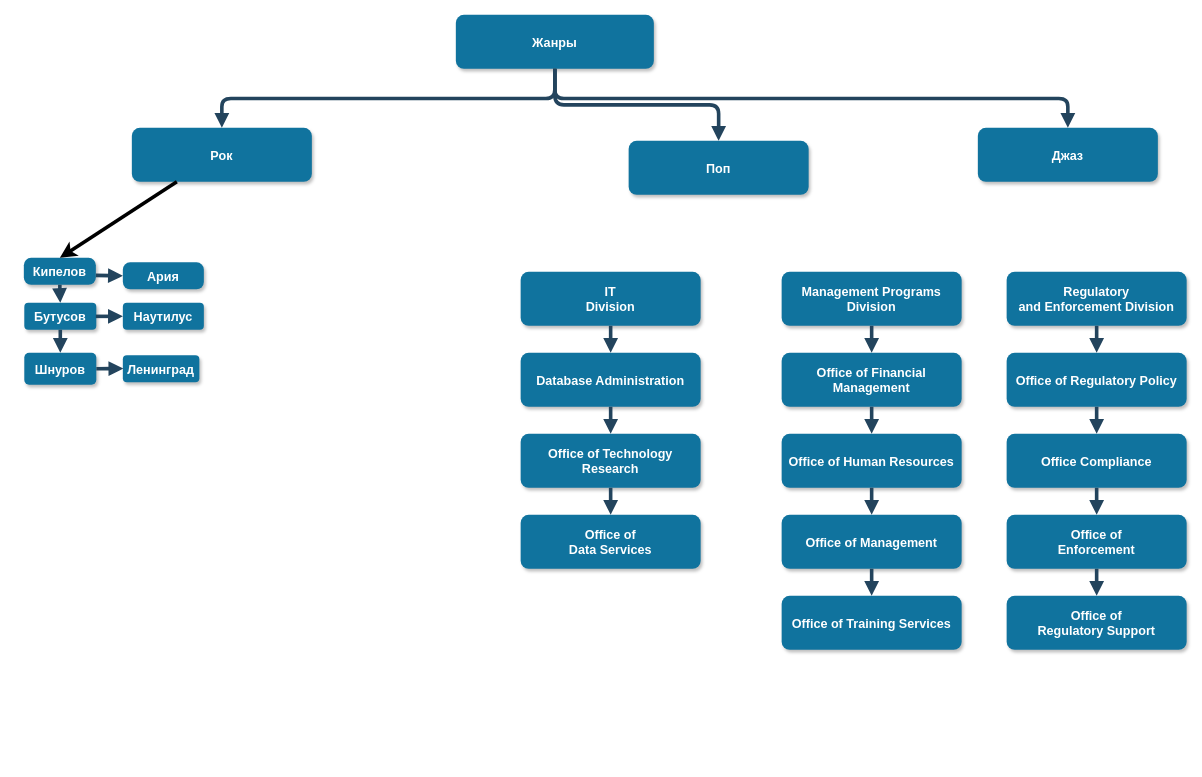
This is Диаграмма без названия.drawio from ru-store/runa, a draw.io file, before an edit. Source tidied: cells renumbered, new cells numbered last; positions are measured from the earlier drawing's top-left corner, leaving out a move shared by most shapes. Both pictures are drawn from the tidied source at 90%, with x=0, y=0 at pixel (23, 14).
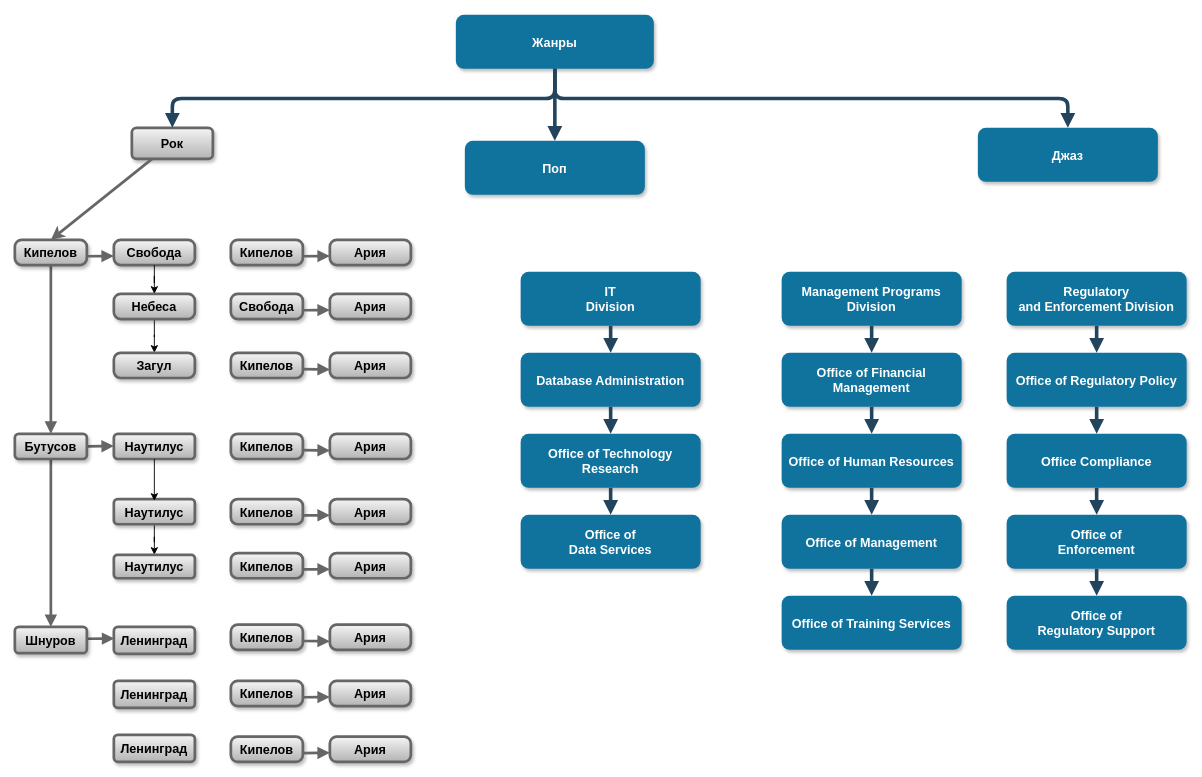
The same page after the edit.

Diff of the diagram source:
```diff
@@
+    <mxCell id="3" value="Рок" style="rounded=1;fillColor=#f5f5f5;strokeColor=#666666;shadow=1;fontStyle=1;fontSize=14;gradientColor=#b3b3b3;strokeWidth=3;fixDash=0;enumerate=0;comic=0;fontFamily=Helvetica;flipH=0;" parent="1" vertex="1">
+      <mxGeometry x="120" y="125.5" width="90" height="34.5" as="geometry" />
+    </mxCell>
+    <mxCell id="39" style="endArrow=classic;html=1;rounded=0;exitX=0.25;exitY=1;exitDx=0;exitDy=0;entryX=0.5;entryY=0;entryDx=0;entryDy=0;strokeWidth=3;fillColor=#f5f5f5;strokeColor=#666666;gradientColor=#b3b3b3;fixDash=0;enumerate=0;comic=0;fontFamily=Helvetica;" parent="1" edge="1" source="3" target="6">
+      <mxGeometry relative="1" as="geometry" />
+    </mxCell>
@@
-    <mxCell id="3" value="Рок" style="rounded=1;fillColor=#10739E;strokeColor=none;shadow=1;gradientColor=none;fontStyle=1;fontColor=#FFFFFF;fontSize=14;" parent="1" vertex="1">
-      <mxGeometry x="120" y="125.5" width="200" height="60" as="geometry" />
-    </mxCell>
     <mxCell id="4" value="Поп" style="rounded=1;fillColor=#10739E;strokeColor=none;shadow=1;gradientColor=none;fontStyle=1;fontColor=#FFFFFF;fontSize=14;" parent="1" vertex="1">
-      <mxGeometry x="672" y="140" width="200" height="60" as="geometry" />
+      <mxGeometry x="490" y="140" width="200" height="60" as="geometry" />
     </mxCell>
@@
-    <mxCell id="6" value="Кипелов" style="rounded=1;fillColor=#10739E;strokeColor=none;shadow=1;gradientColor=none;fontStyle=1;fontColor=#FFFFFF;fontSize=14;arcSize=27;" parent="1" vertex="1">
-      <mxGeometry y="270" width="80" height="30" as="geometry" />
-    </mxCell>
-    <mxCell id="7" value="Бутусов" style="rounded=1;fillColor=#10739E;strokeColor=none;shadow=1;gradientColor=none;fontStyle=1;fontColor=#FFFFFF;fontSize=14;" parent="1" vertex="1">
-      <mxGeometry x="0.5" y="320" width="80" height="30" as="geometry" />
-    </mxCell>
-    <mxCell id="8" value="Шнуров" style="rounded=1;fillColor=#10739E;strokeColor=none;shadow=1;gradientColor=none;fontStyle=1;fontColor=#FFFFFF;fontSize=14;" parent="1" vertex="1">
-      <mxGeometry x="0.5" y="375.5" width="80" height="35.5" as="geometry" />
-    </mxCell>
@@
-    <mxCell id="26" style="edgeStyle=elbowEdgeStyle;elbow=vertical;strokeWidth=4;endArrow=block;endFill=1;fontStyle=1;strokeColor=#23445D;exitX=1;exitY=0.5;exitDx=0;exitDy=0;" parent="1" edge="1">
-      <mxGeometry x="62" y="165.5" as="geometry">
-        <mxPoint x="80" y="289.5" as="sourcePoint" />
-        <mxPoint x="110" y="290" as="targetPoint" />
-      </mxGeometry>
-    </mxCell>
-    <mxCell id="27" style="edgeStyle=elbowEdgeStyle;elbow=vertical;strokeWidth=4;endArrow=block;endFill=1;fontStyle=1;strokeColor=#23445D;" parent="1" edge="1" source="7" target="8">
-      <mxGeometry x="62" y="175.5" as="geometry" />
-    </mxCell>
@@
-    <mxCell id="39" style="endArrow=classic;html=1;rounded=0;exitX=0.25;exitY=1;exitDx=0;exitDy=0;entryX=0.5;entryY=0;entryDx=0;entryDy=0;strokeWidth=4;" parent="1" edge="1" source="3" target="6">
-      <mxGeometry relative="1" as="geometry" />
-    </mxCell>
+    <mxCell id="27" style="edgeStyle=elbowEdgeStyle;elbow=vertical;strokeWidth=3;endArrow=block;endFill=1;fontStyle=1;strokeColor=#666666;fillColor=#f5f5f5;gradientColor=#b3b3b3;fixDash=0;enumerate=0;comic=0;fontFamily=Helvetica;" parent="1" edge="1" source="7" target="8">
+      <mxGeometry x="52" y="1283.8" as="geometry" />
+    </mxCell>
+    <mxCell id="43" style="edgeStyle=elbowEdgeStyle;elbow=vertical;strokeWidth=3;endArrow=block;endFill=1;fontStyle=1;strokeColor=#666666;fillColor=#f5f5f5;gradientColor=#b3b3b3;fixDash=0;enumerate=0;comic=0;fontFamily=Helvetica;" parent="1" edge="1" source="6" target="7">
+      <mxGeometry x="52" y="1274.5" as="geometry" />
+    </mxCell>
+    <mxCell id="46" style="group;" parent="1" vertex="1">
+      <mxGeometry x="-10" y="680" width="200" height="30" as="geometry" />
+    </mxCell>
+    <mxCell id="45" style="edgeStyle=elbowEdgeStyle;elbow=vertical;strokeWidth=3;endArrow=block;endFill=1;fontStyle=1;strokeColor=#666666;entryX=0;entryY=0.5;entryDx=0;entryDy=0;exitX=1;exitY=0.5;exitDx=0;exitDy=0;fillColor=#f5f5f5;gradientColor=#b3b3b3;fixDash=0;enumerate=0;comic=0;fontFamily=Helvetica;" parent="46" edge="1">
+      <mxGeometry x="62" y="765.5" as="geometry">
+        <mxPoint x="80.5" y="13.2" as="sourcePoint" />
+        <mxPoint x="110.5" y="12.7" as="targetPoint" />
+      </mxGeometry>
+    </mxCell>
+    <mxCell id="8" value="Шнуров" style="rounded=1;fillColor=#f5f5f5;strokeColor=#666666;shadow=1;fontStyle=1;fontSize=14;gradientColor=#b3b3b3;strokeWidth=3;fixDash=0;enumerate=0;comic=0;fontFamily=Helvetica;flipH=0;" parent="46" vertex="1">
+      <mxGeometry width="80" height="29.3" as="geometry" />
+    </mxCell>
+    <mxCell id="42" value="Ленинград" style="rounded=1;fillColor=#f5f5f5;strokeColor=#666666;shadow=1;fontStyle=1;fontSize=14;gradientColor=#b3b3b3;strokeWidth=3;fixDash=0;enumerate=0;comic=0;fontFamily=Helvetica;flipH=0;" parent="46" vertex="1">
+      <mxGeometry x="110" width="90" height="30" as="geometry" />
+    </mxCell>
+    <mxCell id="47" style="group;" parent="1" vertex="1">
+      <mxGeometry x="-10" y="250" width="200" height="28" as="geometry" />
+    </mxCell>
+    <mxCell id="6" value="Кипелов" style="rounded=1;fillColor=#f5f5f5;strokeColor=#666666;shadow=1;fontStyle=1;fontSize=14;arcSize=27;gradientColor=#b3b3b3;strokeWidth=3;fixDash=0;enumerate=0;comic=0;fontFamily=Helvetica;flipH=0;" parent="47" vertex="1">
+      <mxGeometry width="80" height="28" as="geometry" />
+    </mxCell>
+    <mxCell id="26" style="edgeStyle=elbowEdgeStyle;elbow=vertical;strokeWidth=3;endArrow=block;endFill=1;fontStyle=1;strokeColor=#666666;exitX=1;exitY=0.5;exitDx=0;exitDy=0;fillColor=#f5f5f5;gradientColor=#b3b3b3;fixDash=0;enumerate=0;comic=0;fontFamily=Helvetica;" parent="47" edge="1">
+      <mxGeometry x="52" y="1274.5" as="geometry">
+        <mxPoint x="80" y="18.2" as="sourcePoint" />
+        <mxPoint x="110" y="18.7" as="targetPoint" />
+      </mxGeometry>
+    </mxCell>
-    <mxCell id="40" value="Ария" style="rounded=1;fillColor=#10739E;strokeColor=none;shadow=1;gradientColor=none;fontStyle=1;fontColor=#FFFFFF;fontSize=14;arcSize=27;" parent="1" vertex="1">
-      <mxGeometry x="110" y="275" width="90" height="30" as="geometry" />
+    <mxCell id="40" value="Свобода" style="rounded=1;fillColor=#f5f5f5;strokeColor=#666666;shadow=1;fontStyle=1;fontSize=14;arcSize=27;gradientColor=#b3b3b3;strokeWidth=3;fixDash=0;enumerate=0;comic=0;fontFamily=Helvetica;flipH=0;" parent="47" vertex="1">
+      <mxGeometry x="110" width="90" height="28" as="geometry" />
     </mxCell>
+    <mxCell id="48" style="group;" parent="1" vertex="1">
+      <mxGeometry x="-10" y="465.5" width="200" height="28" as="geometry" />
+    </mxCell>
+    <mxCell id="44" style="edgeStyle=elbowEdgeStyle;elbow=vertical;strokeWidth=3;endArrow=block;endFill=1;fontStyle=1;strokeColor=#666666;entryX=0;entryY=0.5;entryDx=0;entryDy=0;exitX=1;exitY=0.5;exitDx=0;exitDy=0;fillColor=#f5f5f5;gradientColor=#b3b3b3;fixDash=0;enumerate=0;comic=0;fontFamily=Helvetica;" parent="48" edge="1">
+      <mxGeometry x="52" y="1274.5" as="geometry">
+        <mxPoint x="80" y="14" as="sourcePoint" />
+        <mxPoint x="110" y="13.5" as="targetPoint" />
+      </mxGeometry>
+    </mxCell>
+    <mxCell id="7" value="Бутусов" style="rounded=1;fillColor=#f5f5f5;strokeColor=#666666;shadow=1;fontStyle=1;fontSize=14;gradientColor=#b3b3b3;strokeWidth=3;fixDash=0;enumerate=0;comic=0;fontFamily=Helvetica;flipH=0;" parent="48" vertex="1">
+      <mxGeometry width="80" height="28" as="geometry" />
+    </mxCell>
-    <mxCell id="41" value="Наутилус" style="rounded=1;fillColor=#10739E;strokeColor=none;shadow=1;gradientColor=none;fontStyle=1;fontColor=#FFFFFF;fontSize=14;" parent="1" vertex="1">
-      <mxGeometry x="110" y="320" width="90" height="30" as="geometry" />
+    <mxCell id="41" value="Наутилус" style="rounded=1;fillColor=#f5f5f5;strokeColor=#666666;shadow=1;fontStyle=1;fontSize=14;gradientColor=#b3b3b3;strokeWidth=3;fixDash=0;enumerate=0;comic=0;fontFamily=Helvetica;flipH=0;" parent="48" vertex="1">
+      <mxGeometry x="110" width="90" height="28" as="geometry" />
     </mxCell>
-    <mxCell id="42" value="Ленинград" style="rounded=1;fillColor=#10739E;strokeColor=none;shadow=1;gradientColor=none;fontStyle=1;fontColor=#FFFFFF;fontSize=14;" parent="1" vertex="1">
-      <mxGeometry x="110" y="378.2" width="85" height="30" as="geometry" />
-    </mxCell>
-    <mxCell id="43" style="edgeStyle=elbowEdgeStyle;elbow=vertical;strokeWidth=4;endArrow=block;endFill=1;fontStyle=1;strokeColor=#23445D;" parent="1" edge="1" source="6" target="7">
-      <mxGeometry x="62" y="165.5" as="geometry" />
-    </mxCell>
-    <mxCell id="44" style="edgeStyle=elbowEdgeStyle;elbow=vertical;strokeWidth=4;endArrow=block;endFill=1;fontStyle=1;strokeColor=#23445D;entryX=0;entryY=0.5;entryDx=0;entryDy=0;exitX=1;exitY=0.5;exitDx=0;exitDy=0;" parent="1" edge="1">
-      <mxGeometry x="62" y="165.5" as="geometry">
-        <mxPoint x="80" y="335" as="sourcePoint" />
-        <mxPoint x="110" y="334.5" as="targetPoint" />
-      </mxGeometry>
-    </mxCell>
-    <mxCell id="45" style="edgeStyle=elbowEdgeStyle;elbow=vertical;strokeWidth=4;endArrow=block;endFill=1;fontStyle=1;strokeColor=#23445D;entryX=0;entryY=0.5;entryDx=0;entryDy=0;exitX=1;exitY=0.5;exitDx=0;exitDy=0;" parent="1" edge="1">
-      <mxGeometry x="62" y="165.5" as="geometry">
-        <mxPoint x="80.5" y="393.2" as="sourcePoint" />
-        <mxPoint x="110.5" y="392.8" as="targetPoint" />
-      </mxGeometry>
-    </mxCell>
+    <mxCell id="49" style="group;" parent="1" vertex="1">
+      <mxGeometry x="230" y="310" width="200" height="28" as="geometry" />
+    </mxCell>
+    <mxCell id="50" value="Свобода" style="rounded=1;fillColor=#f5f5f5;strokeColor=#666666;shadow=1;fontStyle=1;fontSize=14;arcSize=27;gradientColor=#b3b3b3;strokeWidth=3;fixDash=0;enumerate=0;comic=0;fontFamily=Helvetica;flipH=0;" parent="49" vertex="1">
+      <mxGeometry width="80" height="28" as="geometry" />
+    </mxCell>
+    <mxCell id="51" style="edgeStyle=elbowEdgeStyle;elbow=vertical;strokeWidth=3;endArrow=block;endFill=1;fontStyle=1;strokeColor=#666666;exitX=1;exitY=0.5;exitDx=0;exitDy=0;fillColor=#f5f5f5;gradientColor=#b3b3b3;fixDash=0;enumerate=0;comic=0;fontFamily=Helvetica;" parent="49" edge="1">
+      <mxGeometry x="52" y="1274.5" as="geometry">
+        <mxPoint x="80" y="18.2" as="sourcePoint" />
+        <mxPoint x="110" y="18.7" as="targetPoint" />
+      </mxGeometry>
+    </mxCell>
+    <mxCell id="52" value="Ария" style="rounded=1;fillColor=#f5f5f5;strokeColor=#666666;shadow=1;fontStyle=1;fontSize=14;arcSize=27;gradientColor=#b3b3b3;strokeWidth=3;fixDash=0;enumerate=0;comic=0;fontFamily=Helvetica;flipH=0;" parent="49" vertex="1">
+      <mxGeometry x="110" width="90" height="28" as="geometry" />
+    </mxCell>
+    <mxCell id="53" style="group;" parent="1" vertex="1">
+      <mxGeometry x="230" y="375.5" width="200" height="28" as="geometry" />
+    </mxCell>
+    <mxCell id="54" value="Кипелов" style="rounded=1;fillColor=#f5f5f5;strokeColor=#666666;shadow=1;fontStyle=1;fontSize=14;arcSize=27;gradientColor=#b3b3b3;strokeWidth=3;fixDash=0;enumerate=0;comic=0;fontFamily=Helvetica;flipH=0;" parent="53" vertex="1">
+      <mxGeometry width="80" height="28" as="geometry" />
+    </mxCell>
+    <mxCell id="55" style="edgeStyle=elbowEdgeStyle;elbow=vertical;strokeWidth=3;endArrow=block;endFill=1;fontStyle=1;strokeColor=#666666;exitX=1;exitY=0.5;exitDx=0;exitDy=0;fillColor=#f5f5f5;gradientColor=#b3b3b3;fixDash=0;enumerate=0;comic=0;fontFamily=Helvetica;" parent="53" edge="1">
+      <mxGeometry x="52" y="1274.5" as="geometry">
+        <mxPoint x="80" y="18.2" as="sourcePoint" />
+        <mxPoint x="110" y="18.7" as="targetPoint" />
+      </mxGeometry>
+    </mxCell>
+    <mxCell id="56" value="Ария" style="rounded=1;fillColor=#f5f5f5;strokeColor=#666666;shadow=1;fontStyle=1;fontSize=14;arcSize=27;gradientColor=#b3b3b3;strokeWidth=3;fixDash=0;enumerate=0;comic=0;fontFamily=Helvetica;flipH=0;" parent="53" vertex="1">
+      <mxGeometry x="110" width="90" height="28" as="geometry" />
+    </mxCell>
+    <mxCell id="57" style="group;" parent="1" vertex="1">
+      <mxGeometry x="230" y="465.5" width="200" height="28" as="geometry" />
+    </mxCell>
+    <mxCell id="58" value="Кипелов" style="rounded=1;fillColor=#f5f5f5;strokeColor=#666666;shadow=1;fontStyle=1;fontSize=14;arcSize=27;gradientColor=#b3b3b3;strokeWidth=3;fixDash=0;enumerate=0;comic=0;fontFamily=Helvetica;flipH=0;" parent="57" vertex="1">
+      <mxGeometry width="80" height="28" as="geometry" />
+    </mxCell>
+    <mxCell id="59" style="edgeStyle=elbowEdgeStyle;elbow=vertical;strokeWidth=3;endArrow=block;endFill=1;fontStyle=1;strokeColor=#666666;exitX=1;exitY=0.5;exitDx=0;exitDy=0;fillColor=#f5f5f5;gradientColor=#b3b3b3;fixDash=0;enumerate=0;comic=0;fontFamily=Helvetica;" parent="57" edge="1">
+      <mxGeometry x="52" y="1274.5" as="geometry">
+        <mxPoint x="80" y="18.2" as="sourcePoint" />
+        <mxPoint x="110" y="18.7" as="targetPoint" />
+      </mxGeometry>
+    </mxCell>
+    <mxCell id="60" value="Ария" style="rounded=1;fillColor=#f5f5f5;strokeColor=#666666;shadow=1;fontStyle=1;fontSize=14;arcSize=27;gradientColor=#b3b3b3;strokeWidth=3;fixDash=0;enumerate=0;comic=0;fontFamily=Helvetica;flipH=0;" parent="57" vertex="1">
+      <mxGeometry x="110" width="90" height="28" as="geometry" />
+    </mxCell>
+    <mxCell id="61" style="group;" parent="1" vertex="1">
+      <mxGeometry x="230" y="538" width="200" height="28" as="geometry" />
+    </mxCell>
+    <mxCell id="62" value="Кипелов" style="rounded=1;fillColor=#f5f5f5;strokeColor=#666666;shadow=1;fontStyle=1;fontSize=14;arcSize=27;gradientColor=#b3b3b3;strokeWidth=3;fixDash=0;enumerate=0;comic=0;fontFamily=Helvetica;flipH=0;" parent="61" vertex="1">
+      <mxGeometry width="80" height="28" as="geometry" />
+    </mxCell>
+    <mxCell id="63" style="edgeStyle=elbowEdgeStyle;elbow=vertical;strokeWidth=3;endArrow=block;endFill=1;fontStyle=1;strokeColor=#666666;exitX=1;exitY=0.5;exitDx=0;exitDy=0;fillColor=#f5f5f5;gradientColor=#b3b3b3;fixDash=0;enumerate=0;comic=0;fontFamily=Helvetica;" parent="61" edge="1">
+      <mxGeometry x="52" y="1274.5" as="geometry">
+        <mxPoint x="80" y="18.2" as="sourcePoint" />
+        <mxPoint x="110" y="18.7" as="targetPoint" />
+      </mxGeometry>
+    </mxCell>
+    <mxCell id="64" value="Ария" style="rounded=1;fillColor=#f5f5f5;strokeColor=#666666;shadow=1;fontStyle=1;fontSize=14;arcSize=27;gradientColor=#b3b3b3;strokeWidth=3;fixDash=0;enumerate=0;comic=0;fontFamily=Helvetica;flipH=0;" parent="61" vertex="1">
+      <mxGeometry x="110" width="90" height="28" as="geometry" />
+    </mxCell>
+    <mxCell id="65" style="group;" parent="1" vertex="1">
+      <mxGeometry x="230" y="598" width="200" height="28" as="geometry" />
+    </mxCell>
+    <mxCell id="66" value="Кипелов" style="rounded=1;fillColor=#f5f5f5;strokeColor=#666666;shadow=1;fontStyle=1;fontSize=14;arcSize=27;gradientColor=#b3b3b3;strokeWidth=3;fixDash=0;enumerate=0;comic=0;fontFamily=Helvetica;flipH=0;" parent="65" vertex="1">
+      <mxGeometry width="80" height="28" as="geometry" />
+    </mxCell>
+    <mxCell id="67" style="edgeStyle=elbowEdgeStyle;elbow=vertical;strokeWidth=3;endArrow=block;endFill=1;fontStyle=1;strokeColor=#666666;exitX=1;exitY=0.5;exitDx=0;exitDy=0;fillColor=#f5f5f5;gradientColor=#b3b3b3;fixDash=0;enumerate=0;comic=0;fontFamily=Helvetica;" parent="65" edge="1">
+      <mxGeometry x="52" y="1274.5" as="geometry">
+        <mxPoint x="80" y="18.2" as="sourcePoint" />
+        <mxPoint x="110" y="18.7" as="targetPoint" />
+      </mxGeometry>
+    </mxCell>
+    <mxCell id="68" value="Ария" style="rounded=1;fillColor=#f5f5f5;strokeColor=#666666;shadow=1;fontStyle=1;fontSize=14;arcSize=27;gradientColor=#b3b3b3;strokeWidth=3;fixDash=0;enumerate=0;comic=0;fontFamily=Helvetica;flipH=0;" parent="65" vertex="1">
+      <mxGeometry x="110" width="90" height="28" as="geometry" />
+    </mxCell>
+    <mxCell id="69" style="group;" parent="1" vertex="1">
+      <mxGeometry x="230" y="677.5" width="200" height="28" as="geometry" />
+    </mxCell>
+    <mxCell id="70" value="Кипелов" style="rounded=1;fillColor=#f5f5f5;strokeColor=#666666;shadow=1;fontStyle=1;fontSize=14;arcSize=27;gradientColor=#b3b3b3;strokeWidth=3;fixDash=0;enumerate=0;comic=0;fontFamily=Helvetica;flipH=0;" parent="69" vertex="1">
+      <mxGeometry width="80" height="28" as="geometry" />
+    </mxCell>
+    <mxCell id="71" style="edgeStyle=elbowEdgeStyle;elbow=vertical;strokeWidth=3;endArrow=block;endFill=1;fontStyle=1;strokeColor=#666666;exitX=1;exitY=0.5;exitDx=0;exitDy=0;fillColor=#f5f5f5;gradientColor=#b3b3b3;fixDash=0;enumerate=0;comic=0;fontFamily=Helvetica;" parent="69" edge="1">
+      <mxGeometry x="52" y="1274.5" as="geometry">
+        <mxPoint x="80" y="18.2" as="sourcePoint" />
+        <mxPoint x="110" y="18.7" as="targetPoint" />
+      </mxGeometry>
+    </mxCell>
+    <mxCell id="72" value="Ария" style="rounded=1;fillColor=#f5f5f5;strokeColor=#666666;shadow=1;fontStyle=1;fontSize=14;arcSize=27;gradientColor=#b3b3b3;strokeWidth=3;fixDash=0;enumerate=0;comic=0;fontFamily=Helvetica;flipH=0;" parent="69" vertex="1">
+      <mxGeometry x="110" width="90" height="28" as="geometry" />
+    </mxCell>
+    <mxCell id="73" style="group;" parent="1" vertex="1">
+      <mxGeometry x="230" y="740" width="200" height="28" as="geometry" />
+    </mxCell>
+    <mxCell id="74" value="Кипелов" style="rounded=1;fillColor=#f5f5f5;strokeColor=#666666;shadow=1;fontStyle=1;fontSize=14;arcSize=27;gradientColor=#b3b3b3;strokeWidth=3;fixDash=0;enumerate=0;comic=0;fontFamily=Helvetica;flipH=0;" parent="73" vertex="1">
+      <mxGeometry width="80" height="28" as="geometry" />
+    </mxCell>
+    <mxCell id="75" style="edgeStyle=elbowEdgeStyle;elbow=vertical;strokeWidth=3;endArrow=block;endFill=1;fontStyle=1;strokeColor=#666666;exitX=1;exitY=0.5;exitDx=0;exitDy=0;fillColor=#f5f5f5;gradientColor=#b3b3b3;fixDash=0;enumerate=0;comic=0;fontFamily=Helvetica;" parent="73" edge="1">
+      <mxGeometry x="52" y="1274.5" as="geometry">
+        <mxPoint x="80" y="18.2" as="sourcePoint" />
+        <mxPoint x="110" y="18.7" as="targetPoint" />
+      </mxGeometry>
+    </mxCell>
+    <mxCell id="76" value="Ария" style="rounded=1;fillColor=#f5f5f5;strokeColor=#666666;shadow=1;fontStyle=1;fontSize=14;arcSize=27;gradientColor=#b3b3b3;strokeWidth=3;fixDash=0;enumerate=0;comic=0;fontFamily=Helvetica;flipH=0;" parent="73" vertex="1">
+      <mxGeometry x="110" width="90" height="28" as="geometry" />
+    </mxCell>
+    <mxCell id="77" style="group;" parent="1" vertex="1">
+      <mxGeometry x="230" y="802" width="200" height="28" as="geometry" />
+    </mxCell>
+    <mxCell id="78" value="Кипелов" style="rounded=1;fillColor=#f5f5f5;strokeColor=#666666;shadow=1;fontStyle=1;fontSize=14;arcSize=27;gradientColor=#b3b3b3;strokeWidth=3;fixDash=0;enumerate=0;comic=0;fontFamily=Helvetica;flipH=0;" parent="77" vertex="1">
+      <mxGeometry width="80" height="28" as="geometry" />
+    </mxCell>
+    <mxCell id="79" style="edgeStyle=elbowEdgeStyle;elbow=vertical;strokeWidth=3;endArrow=block;endFill=1;fontStyle=1;strokeColor=#666666;exitX=1;exitY=0.5;exitDx=0;exitDy=0;fillColor=#f5f5f5;gradientColor=#b3b3b3;fixDash=0;enumerate=0;comic=0;fontFamily=Helvetica;" parent="77" edge="1">
+      <mxGeometry x="52" y="1274.5" as="geometry">
+        <mxPoint x="80" y="18.2" as="sourcePoint" />
+        <mxPoint x="110" y="18.7" as="targetPoint" />
+      </mxGeometry>
+    </mxCell>
+    <mxCell id="80" value="Ария" style="rounded=1;fillColor=#f5f5f5;strokeColor=#666666;shadow=1;fontStyle=1;fontSize=14;arcSize=27;gradientColor=#b3b3b3;strokeWidth=3;fixDash=0;enumerate=0;comic=0;fontFamily=Helvetica;flipH=0;" parent="77" vertex="1">
+      <mxGeometry x="110" width="90" height="28" as="geometry" />
+    </mxCell>
+    <mxCell id="81" style="group;" parent="1" vertex="1">
+      <mxGeometry x="230" y="250" width="200" height="28" as="geometry" />
+    </mxCell>
+    <mxCell id="82" value="Кипелов" style="rounded=1;fillColor=#f5f5f5;strokeColor=#666666;shadow=1;fontStyle=1;fontSize=14;arcSize=27;gradientColor=#b3b3b3;strokeWidth=3;fixDash=0;enumerate=0;comic=0;fontFamily=Helvetica;flipH=0;" parent="81" vertex="1">
+      <mxGeometry width="80" height="28" as="geometry" />
+    </mxCell>
+    <mxCell id="83" style="edgeStyle=elbowEdgeStyle;elbow=vertical;strokeWidth=3;endArrow=block;endFill=1;fontStyle=1;strokeColor=#666666;exitX=1;exitY=0.5;exitDx=0;exitDy=0;fillColor=#f5f5f5;gradientColor=#b3b3b3;fixDash=0;enumerate=0;comic=0;fontFamily=Helvetica;" parent="81" edge="1">
+      <mxGeometry x="52" y="1274.5" as="geometry">
+        <mxPoint x="80" y="18.2" as="sourcePoint" />
+        <mxPoint x="110" y="18.7" as="targetPoint" />
+      </mxGeometry>
+    </mxCell>
+    <mxCell id="84" value="Ария" style="rounded=1;fillColor=#f5f5f5;strokeColor=#666666;shadow=1;fontStyle=1;fontSize=14;arcSize=27;gradientColor=#b3b3b3;strokeWidth=3;fixDash=0;enumerate=0;comic=0;fontFamily=Helvetica;flipH=0;" parent="81" vertex="1">
+      <mxGeometry x="110" width="90" height="28" as="geometry" />
+    </mxCell>
+    <mxCell id="85" style="edgeStyle=orthogonalEdgeStyle;rounded=0;jettySize=auto;html=1;" parent="1" edge="1" source="86" target="87">
+      <mxGeometry relative="1" as="geometry" />
+    </mxCell>
+    <mxCell id="86" value="Небеса" style="rounded=1;fillColor=#f5f5f5;strokeColor=#666666;shadow=1;fontStyle=1;fontSize=14;arcSize=27;gradientColor=#b3b3b3;strokeWidth=3;fixDash=0;enumerate=0;comic=0;fontFamily=Helvetica;flipH=0;" parent="1" vertex="1">
+      <mxGeometry x="100" y="310" width="90" height="28" as="geometry" />
+    </mxCell>
+    <mxCell id="87" value="Загул" style="rounded=1;fillColor=#f5f5f5;strokeColor=#666666;shadow=1;fontStyle=1;fontSize=14;arcSize=27;gradientColor=#b3b3b3;strokeWidth=3;fixDash=0;enumerate=0;comic=0;fontFamily=Helvetica;flipH=0;" parent="1" vertex="1">
+      <mxGeometry x="100" y="375.5" width="90" height="28" as="geometry" />
+    </mxCell>
+    <mxCell id="88" style="edgeStyle=orthogonalEdgeStyle;rounded=0;jettySize=auto;html=1;" parent="1" edge="1" source="89" target="90">
+      <mxGeometry relative="1" as="geometry" />
+    </mxCell>
+    <mxCell id="89" value="Наутилус" style="rounded=1;fillColor=#f5f5f5;strokeColor=#666666;shadow=1;fontStyle=1;fontSize=14;gradientColor=#b3b3b3;strokeWidth=3;fixDash=0;enumerate=0;comic=0;fontFamily=Helvetica;flipH=0;" parent="1" vertex="1">
+      <mxGeometry x="100" y="538" width="90" height="28" as="geometry" />
+    </mxCell>
+    <mxCell id="90" value="Наутилус" style="rounded=1;fillColor=#f5f5f5;strokeColor=#666666;shadow=1;fontStyle=1;fontSize=14;gradientColor=#b3b3b3;strokeWidth=3;fixDash=0;enumerate=0;comic=0;fontFamily=Helvetica;flipH=0;" parent="1" vertex="1">
+      <mxGeometry x="100" y="600" width="90" height="26" as="geometry" />
+    </mxCell>
+    <mxCell id="91" value="Ленинград" style="rounded=1;fillColor=#f5f5f5;strokeColor=#666666;shadow=1;fontStyle=1;fontSize=14;gradientColor=#b3b3b3;strokeWidth=3;fixDash=0;enumerate=0;comic=0;fontFamily=Helvetica;flipH=0;" parent="1" vertex="1">
+      <mxGeometry x="100" y="740" width="90" height="30" as="geometry" />
+    </mxCell>
+    <mxCell id="92" value="Ленинград" style="rounded=1;fillColor=#f5f5f5;strokeColor=#666666;shadow=1;fontStyle=1;fontSize=14;gradientColor=#b3b3b3;strokeWidth=3;fixDash=0;enumerate=0;comic=0;fontFamily=Helvetica;flipH=0;" parent="1" vertex="1">
+      <mxGeometry x="100" y="800" width="90" height="30" as="geometry" />
+    </mxCell>
+    <mxCell id="93" style="edgeStyle=orthogonalEdgeStyle;rounded=0;jettySize=auto;html=1;entryX=0.5;entryY=0;entryDx=0;entryDy=0;" parent="1" edge="1" source="40" target="86">
+      <mxGeometry relative="1" as="geometry" />
+    </mxCell>
+    <mxCell id="94" style="edgeStyle=orthogonalEdgeStyle;rounded=0;jettySize=auto;html=1;" parent="1" edge="1" source="41">
+      <mxGeometry relative="1" as="geometry">
+        <mxPoint x="145" y="540" as="targetPoint" />
+      </mxGeometry>
+    </mxCell>
```
